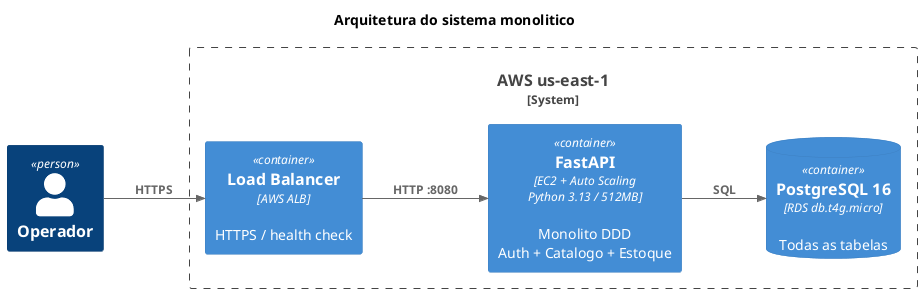
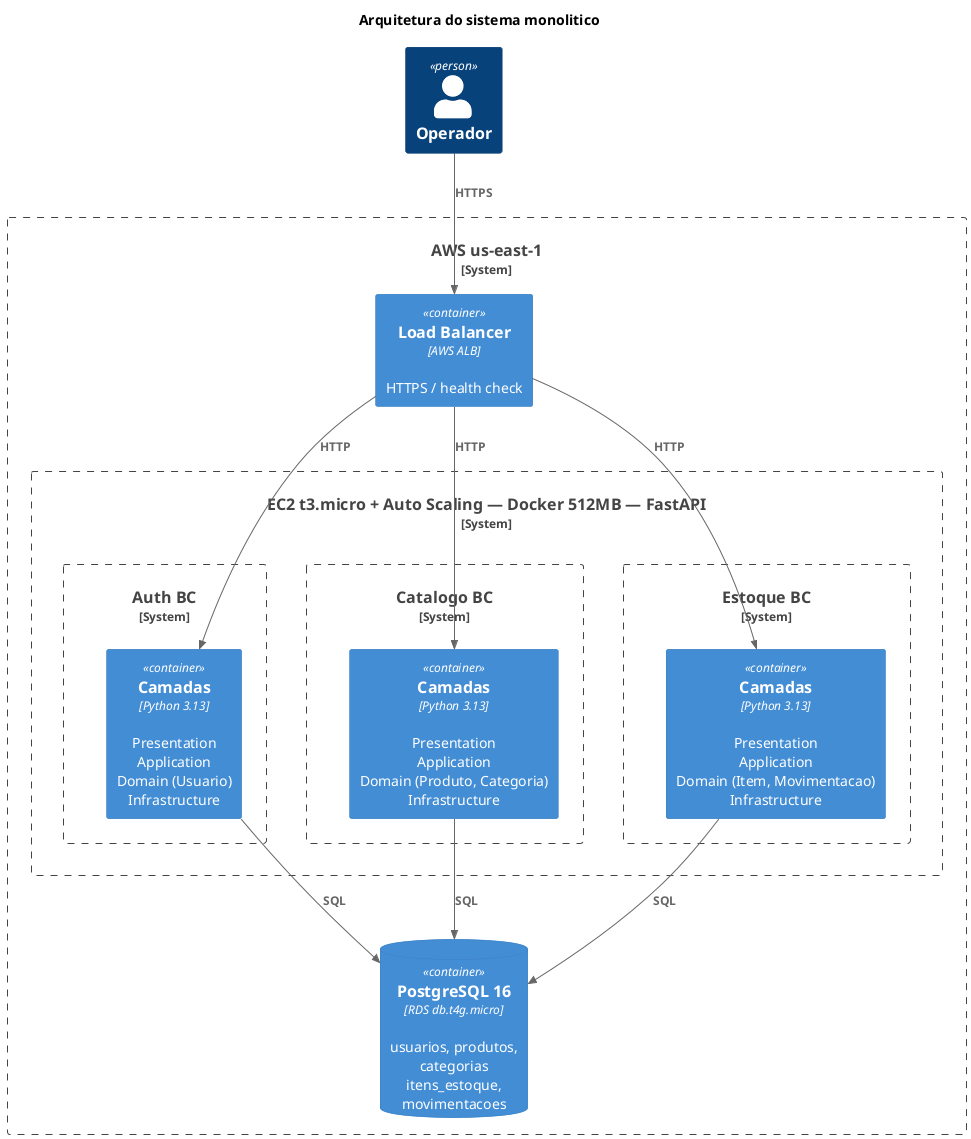
@startuml c4-container-monolith
!include <C4/C4_Container>
- LAYOUT_LEFT_RIGHT()

title Arquitetura do sistema monolitico

Person(operador, "Operador")

System_Boundary(aws, "AWS us-east-1") {
+ 
    Container(alb, "Load Balancer", "AWS ALB", "HTTPS / health check")
-     Container(app, "FastAPI", "EC2 + Auto Scaling\nPython 3.13 / 512MB", "Monolito DDD\nAuth + Catalogo + Estoque")
-     ContainerDb(rds, "PostgreSQL 16", "RDS db.t4g.micro", "Todas as tabelas")
+ 
+     System_Boundary(app, "EC2 t3.micro + Auto Scaling — Docker 512MB — FastAPI") {
+ 
+         System_Boundary(auth_bc, "Auth BC") {
+             Container(auth, "Camadas", "Python 3.13", "Presentation\nApplication\nDomain (Usuario)\nInfrastructure")
+         }
+ 
+         System_Boundary(cat_bc, "Catalogo BC") {
+             Container(cat, "Camadas", "Python 3.13", "Presentation\nApplication\nDomain (Produto, Categoria)\nInfrastructure")
+         }
+ 
+         System_Boundary(est_bc, "Estoque BC") {
+             Container(est, "Camadas", "Python 3.13", "Presentation\nApplication\nDomain (Item, Movimentacao)\nInfrastructure")
+         }
+     }
+ 
+     ContainerDb(rds, "PostgreSQL 16", "RDS db.t4g.micro", "usuarios, produtos, categorias\nitens_estoque, movimentacoes")
}

Rel(operador, alb, "HTTPS")
- Rel(alb, app, "HTTP :8080")
- Rel(app, rds, "SQL")
+ Rel(alb, auth, "HTTP")
+ Rel(alb, cat, "HTTP")
+ Rel(alb, est, "HTTP")
+ Rel(auth, rds, "SQL")
+ Rel(cat, rds, "SQL")
+ Rel(est, rds, "SQL")
+ 
+ Lay_R(auth_bc, cat_bc)
+ Lay_R(cat_bc, est_bc)

@enduml
